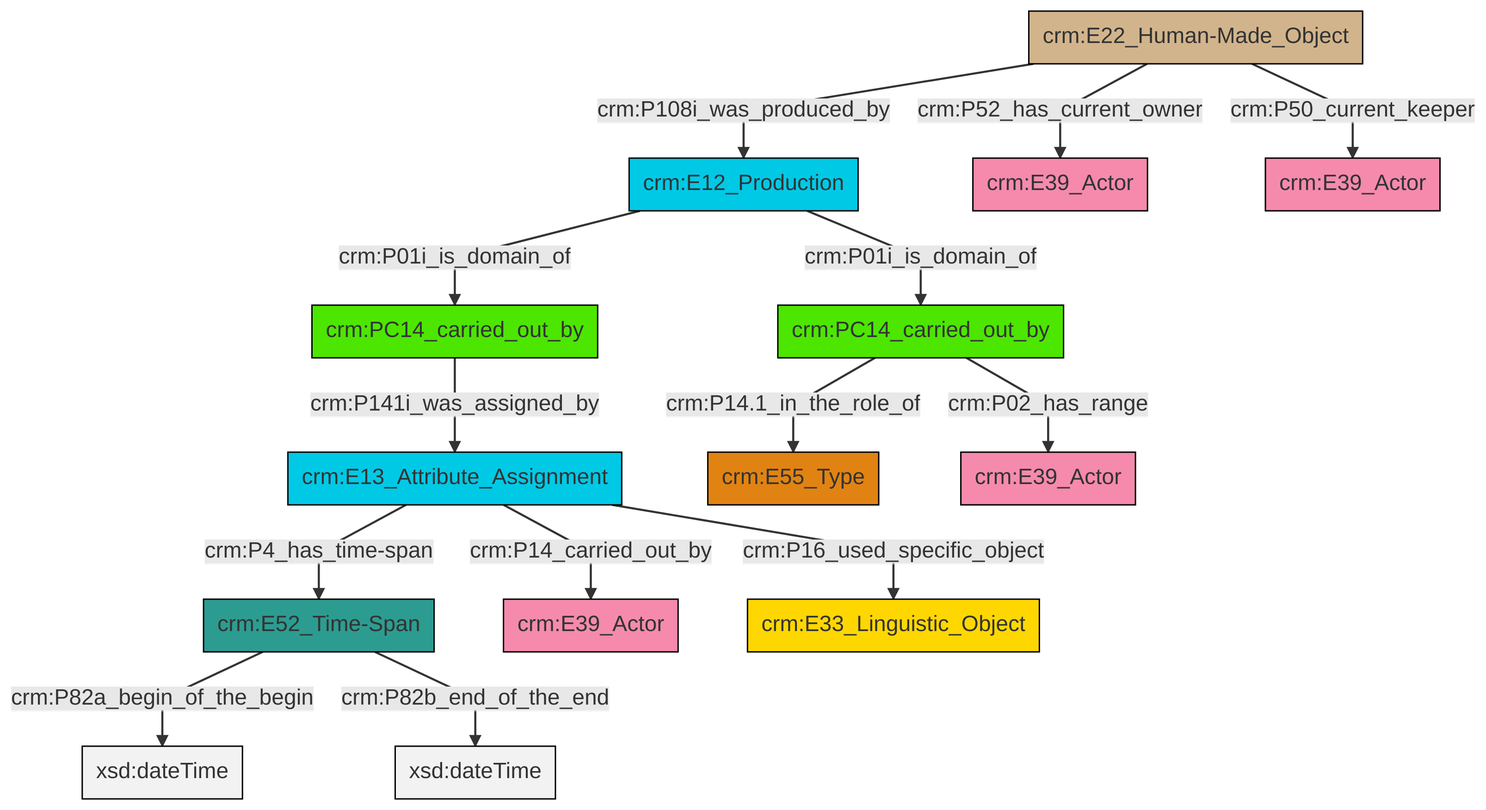
This is et/carrierCSV/ttl/mmd/png/carrier_relations.png from swiss-art-research-net/docs.swissartresearch, a Mermaid export, as it was before one commit. Its source is kept beside it as et/carrierCSV/ttl/mmd/carrier_relations.ttl.mmd.
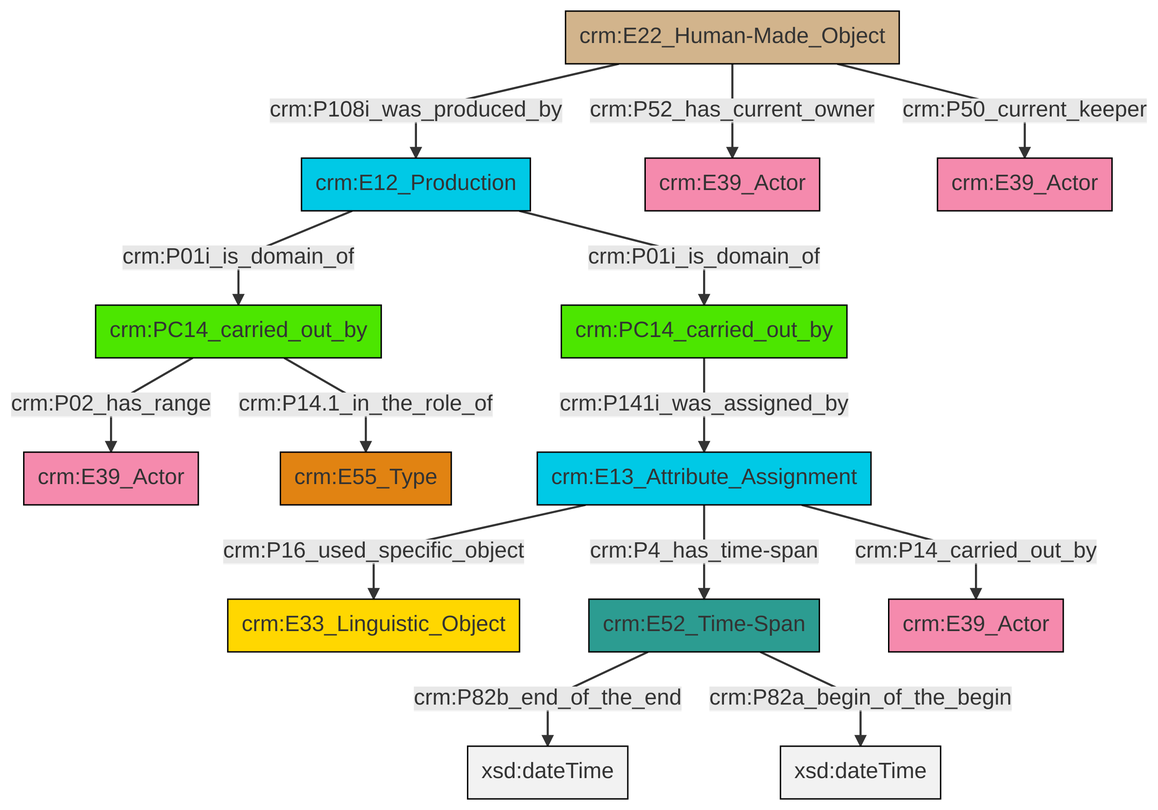
After the commit.

Diff of the diagram source:
```diff
@@ -13,16 +13,16 @@
 classDef PC_Classes fill:#4ce600, stroke:#000000;
 classDef Multi fill:#cccccc,stroke:#000000;
 
-2["crm:E13_Attribute_Assignment"]:::Temporal_Entity -->|crm:P4_has_time-span| 3["crm:E52_Time-Span"]:::Time-Span
-3["crm:E52_Time-Span"]:::Time-Span -->|crm:P82a_begin_of_the_begin| 9[xsd:dateTime]:::Literal
-5["crm:E22_Human-Made_Object"]:::Physical_Thing -->|crm:P108i_was_produced_by| 11["crm:E12_Production"]:::Temporal_Entity
-11["crm:E12_Production"]:::Temporal_Entity -->|crm:P01i_is_domain_of| 16["crm:PC14_carried_out_by"]:::PC_Classes
-3["crm:E52_Time-Span"]:::Time-Span -->|crm:P82b_end_of_the_end| 19[xsd:dateTime]:::Literal
-2["crm:E13_Attribute_Assignment"]:::Temporal_Entity -->|crm:P16_used_specific_object| 20["crm:E33_Linguistic_Object"]:::Conceptual_Object
-2["crm:E13_Attribute_Assignment"]:::Temporal_Entity -->|crm:P14_carried_out_by| 7["crm:E39_Actor"]:::Actor
-0["crm:PC14_carried_out_by"]:::PC_Classes -->|crm:P14.1_in_the_role_of| 12["crm:E55_Type"]:::Type
-0["crm:PC14_carried_out_by"]:::PC_Classes -->|crm:P02_has_range| 22["crm:E39_Actor"]:::Actor
-5["crm:E22_Human-Made_Object"]:::Physical_Thing -->|crm:P50_current_keeper| 17["crm:E39_Actor"]:::Actor
-11["crm:E12_Production"]:::Temporal_Entity -->|crm:P01i_is_domain_of| 0["crm:PC14_carried_out_by"]:::PC_Classes
-16["crm:PC14_carried_out_by"]:::PC_Classes -->|crm:P141i_was_assigned_by| 2["crm:E13_Attribute_Assignment"]:::Temporal_Entity
-5["crm:E22_Human-Made_Object"]:::Physical_Thing -->|crm:P52_has_current_owner| 14["crm:E39_Actor"]:::Actor
+2["crm:E52_Time-Span"]:::Time-Span -->|crm:P82b_end_of_the_end| 3[xsd:dateTime]:::Literal
+6["crm:E12_Production"]:::Temporal_Entity -->|crm:P01i_is_domain_of| 7["crm:PC14_carried_out_by"]:::PC_Classes
+7["crm:PC14_carried_out_by"]:::PC_Classes -->|crm:P02_has_range| 11["crm:E39_Actor"]:::Actor
+2["crm:E52_Time-Span"]:::Time-Span -->|crm:P82a_begin_of_the_begin| 16[xsd:dateTime]:::Literal
+17["crm:E13_Attribute_Assignment"]:::Temporal_Entity -->|crm:P16_used_specific_object| 0["crm:E33_Linguistic_Object"]:::Conceptual_Object
+9["crm:E22_Human-Made_Object"]:::Physical_Thing -->|crm:P108i_was_produced_by| 6["crm:E12_Production"]:::Temporal_Entity
+17["crm:E13_Attribute_Assignment"]:::Temporal_Entity -->|crm:P4_has_time-span| 2["crm:E52_Time-Span"]:::Time-Span
+6["crm:E12_Production"]:::Temporal_Entity -->|crm:P01i_is_domain_of| 18["crm:PC14_carried_out_by"]:::PC_Classes
+9["crm:E22_Human-Made_Object"]:::Physical_Thing -->|crm:P52_has_current_owner| 12["crm:E39_Actor"]:::Actor
+17["crm:E13_Attribute_Assignment"]:::Temporal_Entity -->|crm:P14_carried_out_by| 4["crm:E39_Actor"]:::Actor
+18["crm:PC14_carried_out_by"]:::PC_Classes -->|crm:P141i_was_assigned_by| 17["crm:E13_Attribute_Assignment"]:::Temporal_Entity
+7["crm:PC14_carried_out_by"]:::PC_Classes -->|crm:P14.1_in_the_role_of| 21["crm:E55_Type"]:::Type
+9["crm:E22_Human-Made_Object"]:::Physical_Thing -->|crm:P50_current_keeper| 14["crm:E39_Actor"]:::Actor
```
